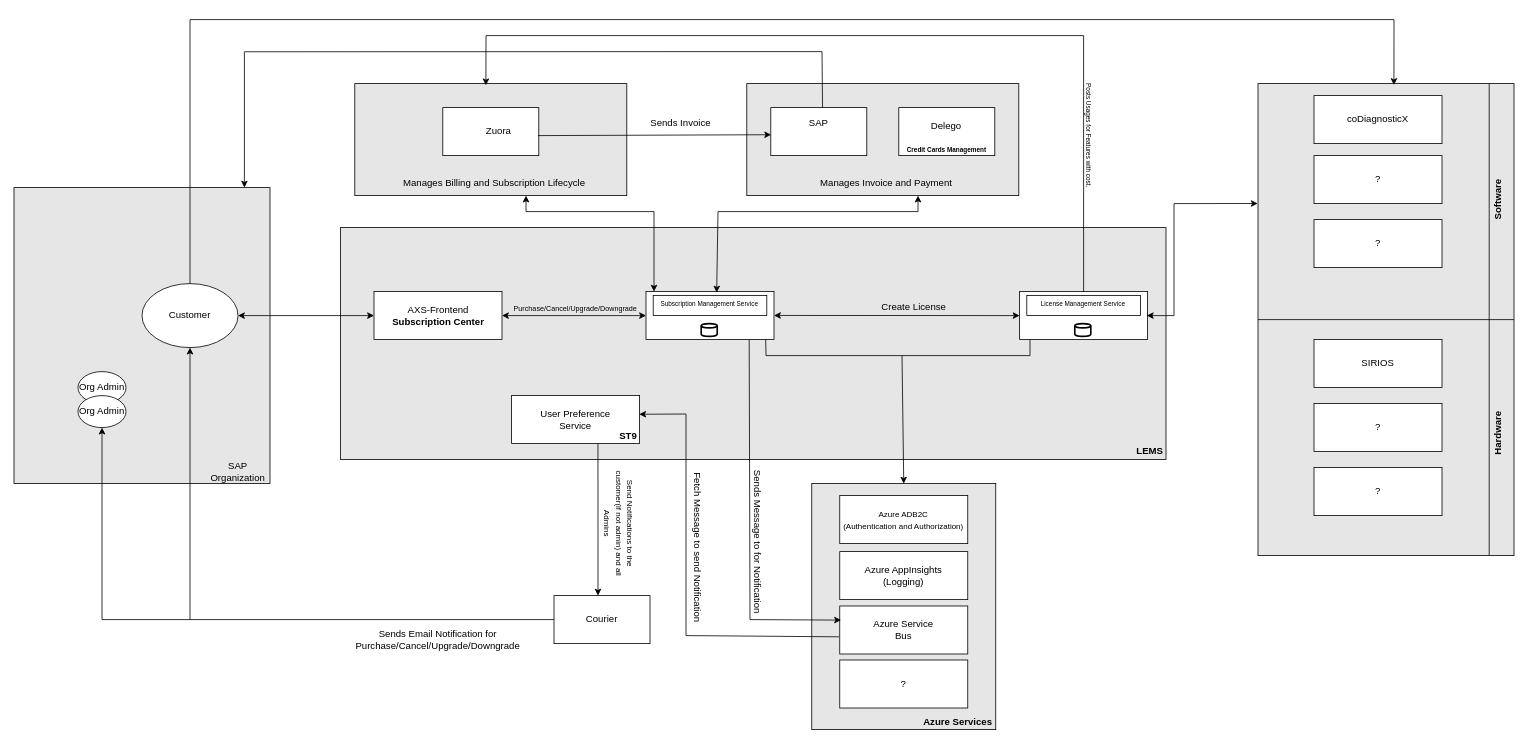
The draw.io diagram page "Page-2" (2 of 2) of LEMS-flow1.drawio in ankitverma5859/drawio, before the edit. Source tidied: cells renumbered, new cells numbered last; positions are measured from the earlier drawing's top-left corner, leaving out a move shared by most shapes. Both pictures are drawn from the tidied source at 80%, with x=0, y=0 at pixel (14, 19).
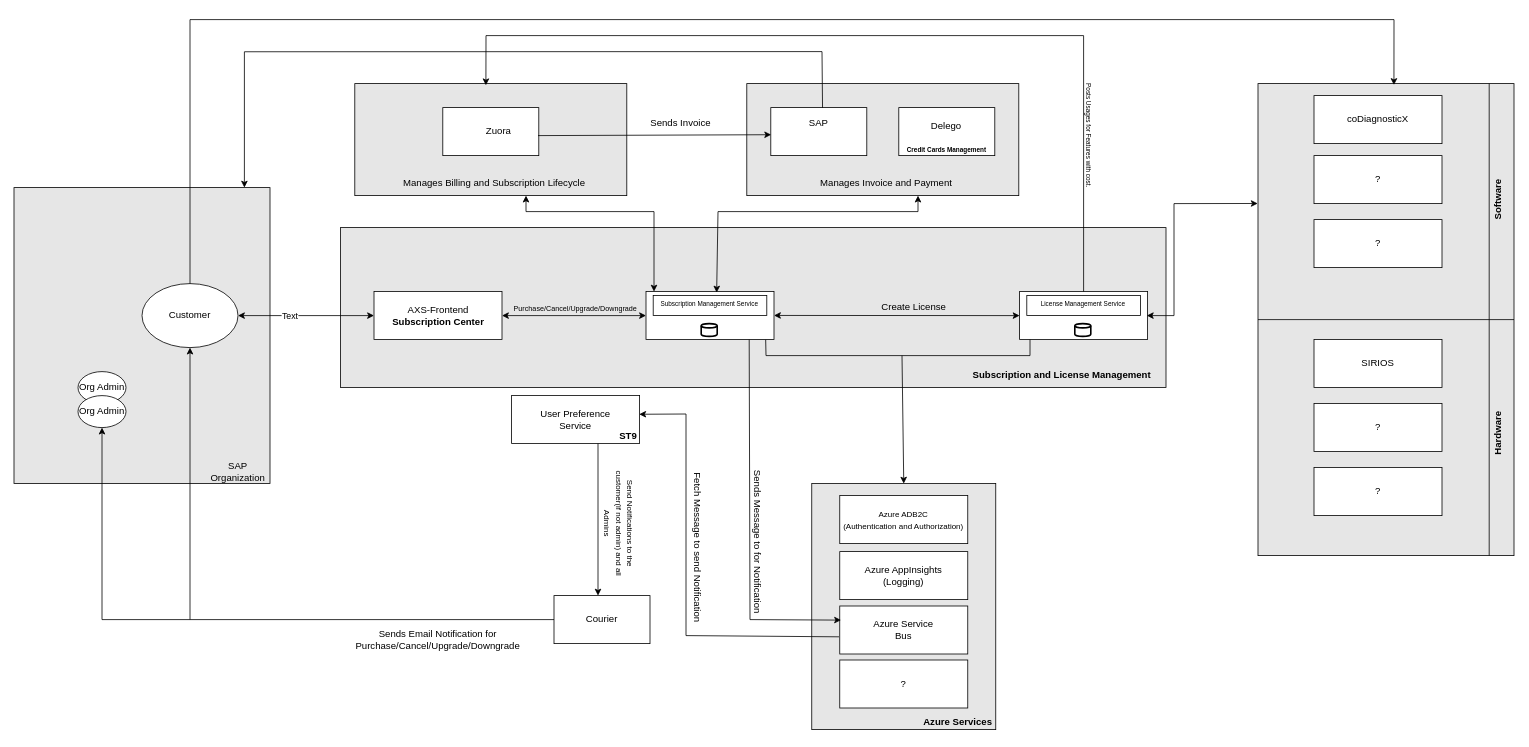
Above is the later version.

The change refers to these unchanged cells:
```xml
<mxCell id="13" style="endArrow=classic;startArrow=classic;html=1;rounded=0;entryX=0;entryY=0.5;entryDx=0;entryDy=0;" parent="1" edge="1" target="5">
  <mxGeometry relative="1" as="geometry">
    <mxPoint x="280" y="370" as="sourcePoint" />
  </mxGeometry>
</mxCell>
```

Diff of the diagram source:
```diff
@@
     <mxCell id="4" style="rounded=0;whiteSpace=wrap;html=1;fillColor=#E6E6E6;" parent="1" vertex="1">
-      <mxGeometry x="408" y="260" width="1032" height="290" as="geometry" />
+      <mxGeometry x="408" y="260" width="1032" height="200" as="geometry" />
     </mxCell>
@@
+    <mxCell id="84" value="Text" style="edgeLabel;html=1;align=center;verticalAlign=middle;" parent="13" vertex="1">
+      <mxGeometry x="-0.25" relative="1" as="geometry" />
+    </mxCell>
@@
-    <mxCell id="26" style="endArrow=classic;html=1;rounded=0;exitX=0.312;exitY=0.931;exitDx=0;exitDy=0;exitPerimeter=0;" parent="1" edge="1" source="4">
+    <mxCell id="26" style="endArrow=classic;html=1;rounded=0;" parent="1" edge="1">
       <mxGeometry relative="1" as="geometry">
+        <mxPoint x="730" y="530" as="sourcePoint" />
         <mxPoint x="730" y="720" as="targetPoint" />
       </mxGeometry>
     </mxCell>
@@
-    <mxCell id="59" value="&lt;b&gt;LEMS&lt;/b&gt;" style="text;html=1;align=center;verticalAlign=middle;whiteSpace=wrap;rounded=0;" parent="1" vertex="1">
-      <mxGeometry x="1390" y="525" width="60" height="30" as="geometry" />
+    <mxCell id="59" value="&lt;b&gt;Subscription and License Management&lt;/b&gt;" style="text;html=1;align=center;verticalAlign=middle;whiteSpace=wrap;rounded=0;" parent="1" vertex="1">
+      <mxGeometry x="1180" y="430" width="260" height="30" as="geometry" />
     </mxCell>
```
